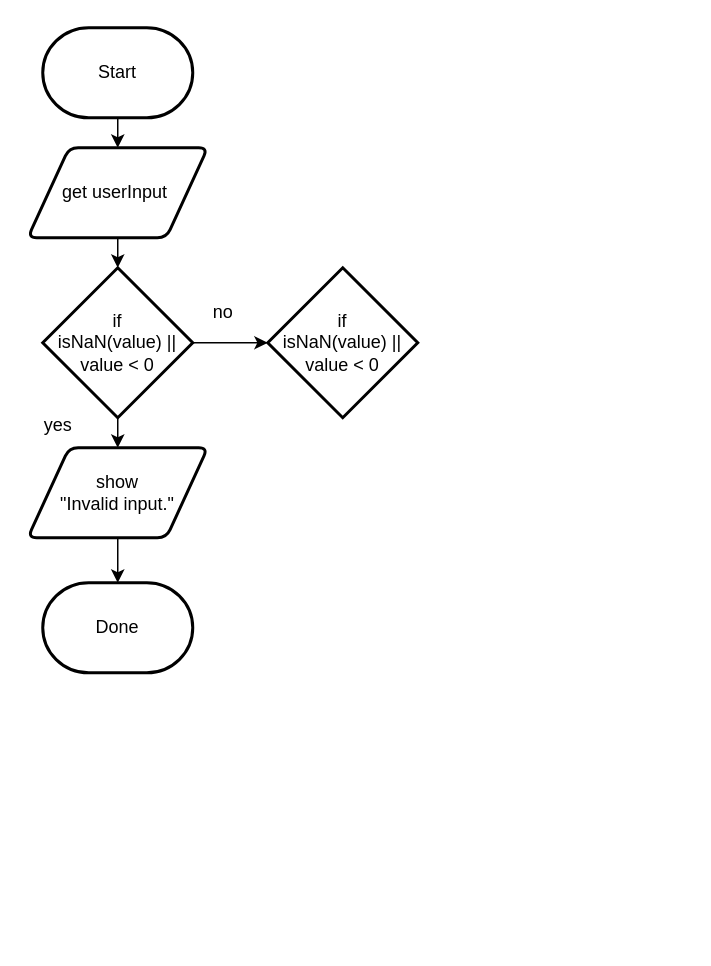
The draw.io diagram Assignments/Assignment 4/flowchart.drawio in MTHS-ICS4U-1-2023/ICS4U-Unit2-Infinity-De-Guzman, before the edit. Source tidied: cells renumbered, new cells numbered last; positions are measured from the earlier drawing's top-left corner, leaving out a move shared by most shapes. Both pictures are drawn from the tidied source at 150%, with x=0, y=0 at pixel (27, 27).
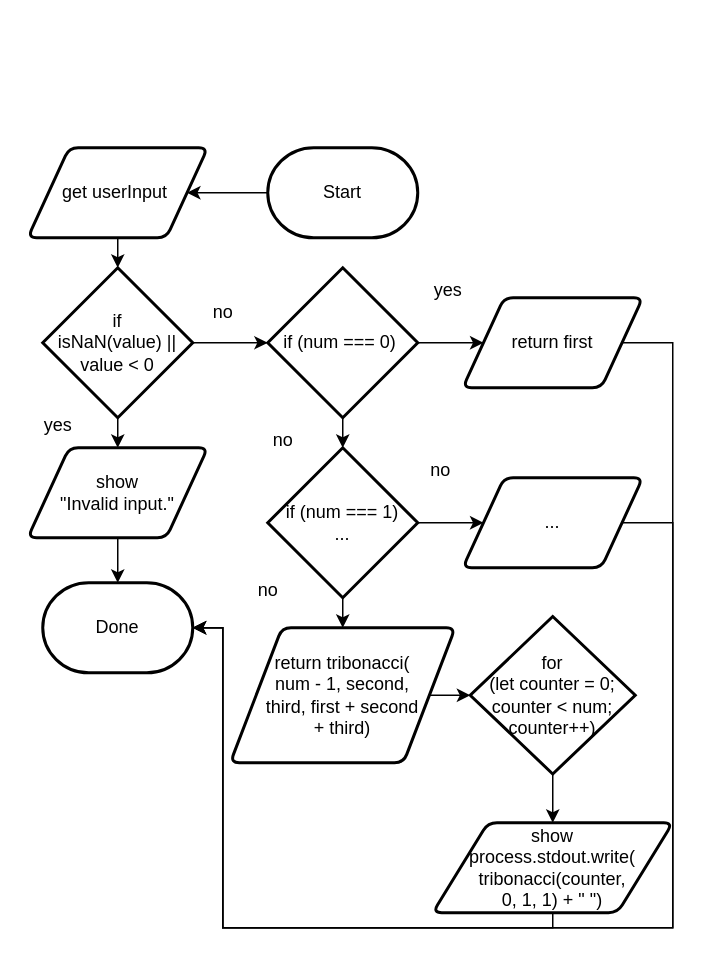
Above is the later version.

Commit message (it also covers changes not shown here):
finished flowchart

Unchanged cells that the change refers to:
```xml
<mxCell id="5" value="get userInput&amp;nbsp;" style="shape=parallelogram;html=1;strokeWidth=2;perimeter=parallelogramPerimeter;whiteSpace=wrap;rounded=1;arcSize=12;size=0.23;" parent="1" vertex="1">
  <mxGeometry y="80" width="120" height="60" as="geometry" />
</mxCell>
<mxCell id="9" value="Done" style="strokeWidth=2;html=1;shape=mxgraph.flowchart.terminator;whiteSpace=wrap;" parent="1" vertex="1">
  <mxGeometry x="10" y="370" width="100" height="60" as="geometry" />
</mxCell>
```

The edit, as a diff of the source:
```diff
@@
-    <mxCell id="2" style="edgeStyle=none;html=1;exitX=0.5;exitY=1;exitDx=0;exitDy=0;exitPerimeter=0;entryX=0.5;entryY=0;entryDx=0;entryDy=0;" parent="1" edge="1" source="3" target="5">
+    <mxCell id="2" style="edgeStyle=none;rounded=0;html=1;exitX=0;exitY=0.5;exitDx=0;exitDy=0;exitPerimeter=0;entryX=1;entryY=0.5;entryDx=0;entryDy=0;" parent="1" edge="1" source="3" target="5">
       <mxGeometry relative="1" as="geometry" />
     </mxCell>
     <mxCell id="3" value="Start" style="strokeWidth=2;html=1;shape=mxgraph.flowchart.terminator;whiteSpace=wrap;" parent="1" vertex="1">
-      <mxGeometry x="10" width="100" height="60" as="geometry" />
+      <mxGeometry x="160" y="80" width="100" height="60" as="geometry" />
     </mxCell>
@@
+    <mxCell id="15" style="edgeStyle=none;html=1;exitX=1;exitY=0.5;exitDx=0;exitDy=0;exitPerimeter=0;entryX=0;entryY=0.5;entryDx=0;entryDy=0;" parent="1" edge="1" source="13" target="18">
+      <mxGeometry relative="1" as="geometry" />
+    </mxCell>
+    <mxCell id="16" style="edgeStyle=none;html=1;exitX=0.5;exitY=1;exitDx=0;exitDy=0;exitPerimeter=0;entryX=0.5;entryY=0;entryDx=0;entryDy=0;entryPerimeter=0;" parent="1" edge="1" source="13" target="21">
+      <mxGeometry relative="1" as="geometry" />
+    </mxCell>
-    <mxCell id="13" value="if&lt;br&gt;isNaN(value) || value &amp;lt; 0" style="strokeWidth=2;html=1;shape=mxgraph.flowchart.decision;whiteSpace=wrap;" parent="1" vertex="1">
+    <mxCell id="13" value="if (num === 0)&amp;nbsp;" style="strokeWidth=2;html=1;shape=mxgraph.flowchart.decision;whiteSpace=wrap;" parent="1" vertex="1">
       <mxGeometry x="160" y="160" width="100" height="100" as="geometry" />
     </mxCell>
@@
+    <mxCell id="17" style="edgeStyle=none;rounded=0;html=1;exitX=1;exitY=0.5;exitDx=0;exitDy=0;entryX=1;entryY=0.5;entryDx=0;entryDy=0;entryPerimeter=0;" parent="1" edge="1" source="18" target="9">
+      <mxGeometry relative="1" as="geometry">
+        <Array as="points">
+          <mxPoint x="430" y="210" />
+          <mxPoint x="430" y="500" />
+          <mxPoint x="430" y="600" />
+          <mxPoint x="130" y="600" />
+          <mxPoint x="130" y="400" />
+        </Array>
+      </mxGeometry>
+    </mxCell>
+    <mxCell id="18" value="return first" style="shape=parallelogram;html=1;strokeWidth=2;perimeter=parallelogramPerimeter;whiteSpace=wrap;rounded=1;arcSize=12;size=0.23;" parent="1" vertex="1">
+      <mxGeometry x="290" y="180" width="120" height="60" as="geometry" />
+    </mxCell>
+    <mxCell id="19" style="edgeStyle=none;html=1;exitX=0.5;exitY=1;exitDx=0;exitDy=0;exitPerimeter=0;entryX=0.5;entryY=0;entryDx=0;entryDy=0;" parent="1" edge="1" source="21" target="23">
+      <mxGeometry relative="1" as="geometry" />
+    </mxCell>
+    <mxCell id="20" style="edgeStyle=none;html=1;exitX=1;exitY=0.5;exitDx=0;exitDy=0;exitPerimeter=0;entryX=0;entryY=0.5;entryDx=0;entryDy=0;" parent="1" edge="1" source="21" target="28">
+      <mxGeometry relative="1" as="geometry" />
+    </mxCell>
+    <mxCell id="21" value="if (num === 1)&lt;br&gt;..." style="strokeWidth=2;html=1;shape=mxgraph.flowchart.decision;whiteSpace=wrap;" parent="1" vertex="1">
+      <mxGeometry x="160" y="280" width="100" height="100" as="geometry" />
+    </mxCell>
+    <mxCell id="22" style="edgeStyle=none;rounded=0;html=1;exitX=1;exitY=0.5;exitDx=0;exitDy=0;entryX=0;entryY=0.5;entryDx=0;entryDy=0;entryPerimeter=0;" parent="1" edge="1" source="23" target="31">
+      <mxGeometry relative="1" as="geometry" />
+    </mxCell>
+    <mxCell id="23" value="return tribonacci(&lt;br&gt;num - 1, second,&lt;br&gt;third, first + second&lt;br&gt;+ third)" style="shape=parallelogram;html=1;strokeWidth=2;perimeter=parallelogramPerimeter;whiteSpace=wrap;rounded=1;arcSize=12;size=0.23;" parent="1" vertex="1">
+      <mxGeometry x="135" y="400" width="150" height="90" as="geometry" />
+    </mxCell>
+    <mxCell id="24" value="no" style="text;html=1;align=center;verticalAlign=middle;strokeColor=none;fillColor=none;" parent="1" vertex="1">
+      <mxGeometry x="150" y="260" width="40" height="30" as="geometry" />
+    </mxCell>
+    <mxCell id="25" value="yes" style="text;html=1;align=center;verticalAlign=middle;strokeColor=none;fillColor=none;" parent="1" vertex="1">
+      <mxGeometry x="260" y="160" width="40" height="30" as="geometry" />
+    </mxCell>
+    <mxCell id="26" value="no" style="text;html=1;align=center;verticalAlign=middle;strokeColor=none;fillColor=none;" parent="1" vertex="1">
+      <mxGeometry x="255" y="280" width="40" height="30" as="geometry" />
+    </mxCell>
+    <mxCell id="27" style="edgeStyle=none;rounded=0;html=1;exitX=1;exitY=0.5;exitDx=0;exitDy=0;entryX=1;entryY=0.5;entryDx=0;entryDy=0;entryPerimeter=0;" parent="1" edge="1" source="28" target="9">
+      <mxGeometry relative="1" as="geometry">
+        <Array as="points">
+          <mxPoint x="430" y="330" />
+          <mxPoint x="430" y="600" />
+          <mxPoint x="130" y="600" />
+          <mxPoint x="130" y="400" />
+        </Array>
+      </mxGeometry>
+    </mxCell>
+    <mxCell id="28" value="..." style="shape=parallelogram;html=1;strokeWidth=2;perimeter=parallelogramPerimeter;whiteSpace=wrap;rounded=1;arcSize=12;size=0.23;" parent="1" vertex="1">
+      <mxGeometry x="290" y="300" width="120" height="60" as="geometry" />
+    </mxCell>
+    <mxCell id="29" value="no" style="text;html=1;align=center;verticalAlign=middle;strokeColor=none;fillColor=none;" parent="1" vertex="1">
+      <mxGeometry x="140" y="360" width="40" height="30" as="geometry" />
+    </mxCell>
+    <mxCell id="30" style="edgeStyle=none;rounded=0;html=1;exitX=0.5;exitY=1;exitDx=0;exitDy=0;exitPerimeter=0;entryX=0.5;entryY=0;entryDx=0;entryDy=0;" parent="1" edge="1" source="31" target="33">
+      <mxGeometry relative="1" as="geometry" />
+    </mxCell>
+    <mxCell id="31" value="for&lt;br&gt;(let counter = 0; counter &amp;lt; num; counter++)" style="strokeWidth=2;html=1;shape=mxgraph.flowchart.decision;whiteSpace=wrap;" parent="1" vertex="1">
+      <mxGeometry x="295" y="392.5" width="110" height="105" as="geometry" />
+    </mxCell>
+    <mxCell id="32" style="edgeStyle=none;rounded=0;html=1;exitX=0.5;exitY=1;exitDx=0;exitDy=0;entryX=1;entryY=0.5;entryDx=0;entryDy=0;entryPerimeter=0;" parent="1" edge="1" source="33" target="9">
+      <mxGeometry relative="1" as="geometry">
+        <Array as="points">
+          <mxPoint x="350" y="600" />
+          <mxPoint x="130" y="600" />
+          <mxPoint x="130" y="400" />
+        </Array>
+      </mxGeometry>
+    </mxCell>
+    <mxCell id="33" value="show&lt;br&gt;process.stdout.write(&lt;br&gt;tribonacci(counter,&lt;br&gt;0, 1, 1) + &quot; &quot;)" style="shape=parallelogram;html=1;strokeWidth=2;perimeter=parallelogramPerimeter;whiteSpace=wrap;rounded=1;arcSize=12;size=0.23;" parent="1" vertex="1">
+      <mxGeometry x="270" y="530" width="160" height="60" as="geometry" />
+    </mxCell>
```
